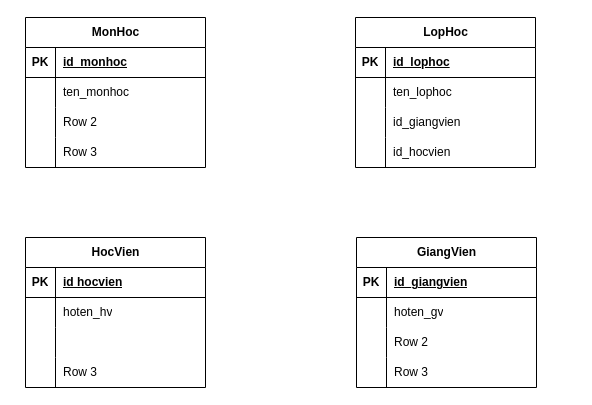
Before: Week11.drawio in phoebe0708/phoebe0708.github.io, a draw.io diagram. Source tidied: cells renumbered, new cells numbered last; positions are measured from the earlier drawing's top-left corner, leaving out a move shared by most shapes. Both pictures are drawn from the tidied source at 100%, with x=0, y=0 at pixel (25, 17).
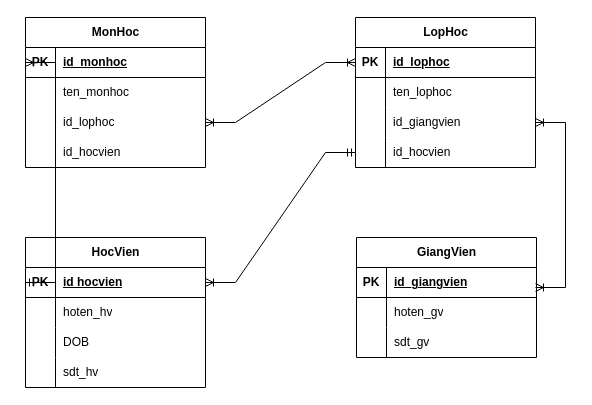
After the change.

Commit message:
Cập nhật Week11.drawio

Unchanged cells that the change refers to:
```xml
<mxCell id="3" style="shape=tableRow;horizontal=0;startSize=0;swimlaneHead=0;swimlaneBody=0;fillColor=none;points=[[0,0.5],[1,0.5]];portConstraint=eastwest;top=0;left=0;right=0;bottom=1;" parent="2" vertex="1">
  <mxGeometry y="30" width="180" height="30" as="geometry" />
</mxCell>
<mxCell id="9" style="shape=tableRow;horizontal=0;startSize=0;swimlaneHead=0;swimlaneBody=0;fillColor=none;points=[[0,0.5],[1,0.5]];portConstraint=eastwest;top=0;left=0;right=0;bottom=0;" parent="2" vertex="1">
  <mxGeometry y="90" width="180" height="30" as="geometry" />
</mxCell>
<mxCell id="12" style="shape=tableRow;horizontal=0;startSize=0;swimlaneHead=0;swimlaneBody=0;fillColor=none;top=0;left=0;right=0;bottom=0;" parent="2" vertex="1">
  <mxGeometry y="120" width="180" height="30" as="geometry" />
</mxCell>
<mxCell id="16" style="shape=tableRow;horizontal=0;startSize=0;swimlaneHead=0;swimlaneBody=0;fillColor=none;points=[[0,0.5],[1,0.5]];portConstraint=eastwest;top=0;left=0;right=0;bottom=1;" parent="15" vertex="1">
  <mxGeometry y="30" width="180" height="30" as="geometry" />
</mxCell>
<mxCell id="22" style="shape=tableRow;horizontal=0;startSize=0;swimlaneHead=0;swimlaneBody=0;fillColor=none;points=[[0,0.5],[1,0.5]];portConstraint=eastwest;top=0;left=0;right=0;bottom=0;" parent="15" vertex="1">
  <mxGeometry y="90" width="180" height="30" as="geometry" />
</mxCell>
<mxCell id="25" style="shape=tableRow;horizontal=0;startSize=0;swimlaneHead=0;swimlaneBody=0;fillColor=none;points=[[0,0.5],[1,0.5]];portConstraint=eastwest;top=0;left=0;right=0;bottom=0;" parent="15" vertex="1">
  <mxGeometry y="120" width="180" height="30" as="geometry" />
</mxCell>
<mxCell id="42" style="shape=tableRow;horizontal=0;startSize=0;swimlaneHead=0;swimlaneBody=0;fillColor=none;points=[[0,0.5],[1,0.5]];portConstraint=eastwest;top=0;left=0;right=0;bottom=1;" parent="41" vertex="1">
  <mxGeometry y="30" width="180" height="30" as="geometry" />
</mxCell>
<mxCell id="48" style="shape=tableRow;horizontal=0;startSize=0;swimlaneHead=0;swimlaneBody=0;fillColor=none;top=0;left=0;right=0;bottom=0;" parent="41" vertex="1">
  <mxGeometry y="90" width="180" height="30" as="geometry" />
</mxCell>
<mxCell id="51" style="shape=tableRow;horizontal=0;startSize=0;swimlaneHead=0;swimlaneBody=0;fillColor=none;top=0;left=0;right=0;bottom=0;" parent="41" vertex="1">
  <mxGeometry y="120" width="180" height="30" as="geometry" />
</mxCell>
```

The edit, as a diff of the source:
```diff
@@
-    <mxCell id="11" value="Row 2" style="shape=partialRectangle;fillColor=none;top=0;left=0;bottom=0;right=0;align=left;spacingLeft=6;overflow=hidden;whiteSpace=wrap;html=1;" parent="9" vertex="1">
+    <mxCell id="11" value="id_lophoc" style="shape=partialRectangle;fillColor=none;top=0;left=0;bottom=0;right=0;align=left;spacingLeft=6;overflow=hidden;whiteSpace=wrap;html=1;" parent="9" vertex="1">
       <mxGeometry x="30" width="150" height="30" as="geometry" />
     </mxCell>
@@
-    <mxCell id="14" value="Row 3" style="shape=partialRectangle;fillColor=none;top=0;left=0;bottom=0;right=0;align=left;spacingLeft=6;overflow=hidden;whiteSpace=wrap;html=1;" parent="12" vertex="1">
+    <mxCell id="14" value="id_hocvien" style="shape=partialRectangle;fillColor=none;top=0;left=0;bottom=0;right=0;align=left;spacingLeft=6;overflow=hidden;whiteSpace=wrap;html=1;" parent="12" vertex="1">
       <mxGeometry x="30" width="150" height="30" as="geometry" />
     </mxCell>
@@
     <mxCell id="28" value="GiangVien" style="shape=table;startSize=30;childLayout=tableLayout;rowLines=0;fontStyle=1;align=center;html=1;" parent="1" vertex="1">
-      <mxGeometry x="331" y="220" width="180" height="150" as="geometry" />
+      <mxGeometry x="331" y="220" width="180" height="120" as="geometry" />
     </mxCell>
@@
-    <mxCell id="35" style="shape=tableRow;horizontal=0;startSize=0;swimlaneHead=0;swimlaneBody=0;fillColor=none;top=0;left=0;right=0;bottom=0;" parent="28" vertex="1">
-      <mxGeometry y="90" width="180" height="30" as="geometry" />
-    </mxCell>
-    <mxCell id="36" style="shape=partialRectangle;fillColor=none;top=0;left=0;bottom=0;right=0;overflow=hidden;whiteSpace=wrap;html=1;" parent="35" vertex="1">
-      <mxGeometry width="30" height="30" as="geometry" />
-    </mxCell>
-    <mxCell id="37" value="Row 2" style="shape=partialRectangle;fillColor=none;top=0;left=0;bottom=0;right=0;align=left;spacingLeft=6;overflow=hidden;whiteSpace=wrap;html=1;" parent="35" vertex="1">
-      <mxGeometry x="30" width="150" height="30" as="geometry" />
-    </mxCell>
     <mxCell id="38" style="shape=tableRow;horizontal=0;startSize=0;swimlaneHead=0;swimlaneBody=0;fillColor=none;top=0;left=0;right=0;bottom=0;" parent="28" vertex="1">
-      <mxGeometry y="120" width="180" height="30" as="geometry" />
+      <mxGeometry y="90" width="180" height="30" as="geometry" />
     </mxCell>
@@
-    <mxCell id="40" value="Row 3" style="shape=partialRectangle;fillColor=none;top=0;left=0;bottom=0;right=0;align=left;spacingLeft=6;overflow=hidden;whiteSpace=wrap;html=1;" parent="38" vertex="1">
+    <mxCell id="40" value="sdt_gv" style="shape=partialRectangle;fillColor=none;top=0;left=0;bottom=0;right=0;align=left;spacingLeft=6;overflow=hidden;whiteSpace=wrap;html=1;" parent="38" vertex="1">
       <mxGeometry x="30" width="150" height="30" as="geometry" />
     </mxCell>
@@
-    <mxCell id="50" style="shape=partialRectangle;fillColor=none;top=0;left=0;bottom=0;right=0;align=left;spacingLeft=6;overflow=hidden;whiteSpace=wrap;html=1;" parent="48" vertex="1">
+    <mxCell id="50" value="DOB" style="shape=partialRectangle;fillColor=none;top=0;left=0;bottom=0;right=0;align=left;spacingLeft=6;overflow=hidden;whiteSpace=wrap;html=1;" parent="48" vertex="1">
       <mxGeometry x="30" width="150" height="30" as="geometry" />
     </mxCell>
@@
-    <mxCell id="53" value="Row 3" style="shape=partialRectangle;fillColor=none;top=0;left=0;bottom=0;right=0;align=left;spacingLeft=6;overflow=hidden;whiteSpace=wrap;html=1;" parent="51" vertex="1">
+    <mxCell id="53" value="sdt_hv" style="shape=partialRectangle;fillColor=none;top=0;left=0;bottom=0;right=0;align=left;spacingLeft=6;overflow=hidden;whiteSpace=wrap;html=1;" parent="51" vertex="1">
       <mxGeometry x="30" width="150" height="30" as="geometry" />
     </mxCell>
+    <mxCell id="54" style="edgeStyle=entityRelationEdgeStyle;fontSize=12;html=1;endArrow=ERoneToMany;startArrow=ERoneToMany;rounded=0;entryX=1;entryY=0.5;entryDx=0;entryDy=0;" parent="1" edge="1" target="22">
+      <mxGeometry relative="1" as="geometry">
+        <mxPoint x="510" y="270" as="sourcePoint" />
+      </mxGeometry>
+    </mxCell>
+    <mxCell id="55" style="edgeStyle=entityRelationEdgeStyle;fontSize=12;html=1;endArrow=ERoneToMany;startArrow=ERmandOne;rounded=0;entryX=1;entryY=0.5;entryDx=0;entryDy=0;exitX=0;exitY=0.5;exitDx=0;exitDy=0;" parent="1" edge="1" source="25" target="42">
+      <mxGeometry relative="1" as="geometry" />
+    </mxCell>
+    <mxCell id="56" style="edgeStyle=entityRelationEdgeStyle;fontSize=12;html=1;endArrow=ERoneToMany;startArrow=ERoneToMany;rounded=0;entryX=1;entryY=0.5;entryDx=0;entryDy=0;exitX=0;exitY=0.5;exitDx=0;exitDy=0;" parent="1" edge="1" source="16" target="9">
+      <mxGeometry relative="1" as="geometry" />
+    </mxCell>
+    <mxCell id="57" style="edgeStyle=entityRelationEdgeStyle;fontSize=12;html=1;endArrow=ERoneToMany;startArrow=ERmandOne;rounded=0;exitX=0;exitY=0.5;exitDx=0;exitDy=0;entryX=0;entryY=0.5;entryDx=0;entryDy=0;" parent="1" edge="1" source="42" target="3">
+      <mxGeometry relative="1" as="geometry">
+        <Array as="points">
+          <mxPoint x="-60" y="200" />
+          <mxPoint x="10" y="170" />
+          <mxPoint x="-70" y="210" />
+          <mxPoint x="-40" y="180" />
+        </Array>
+      </mxGeometry>
+    </mxCell>
```
